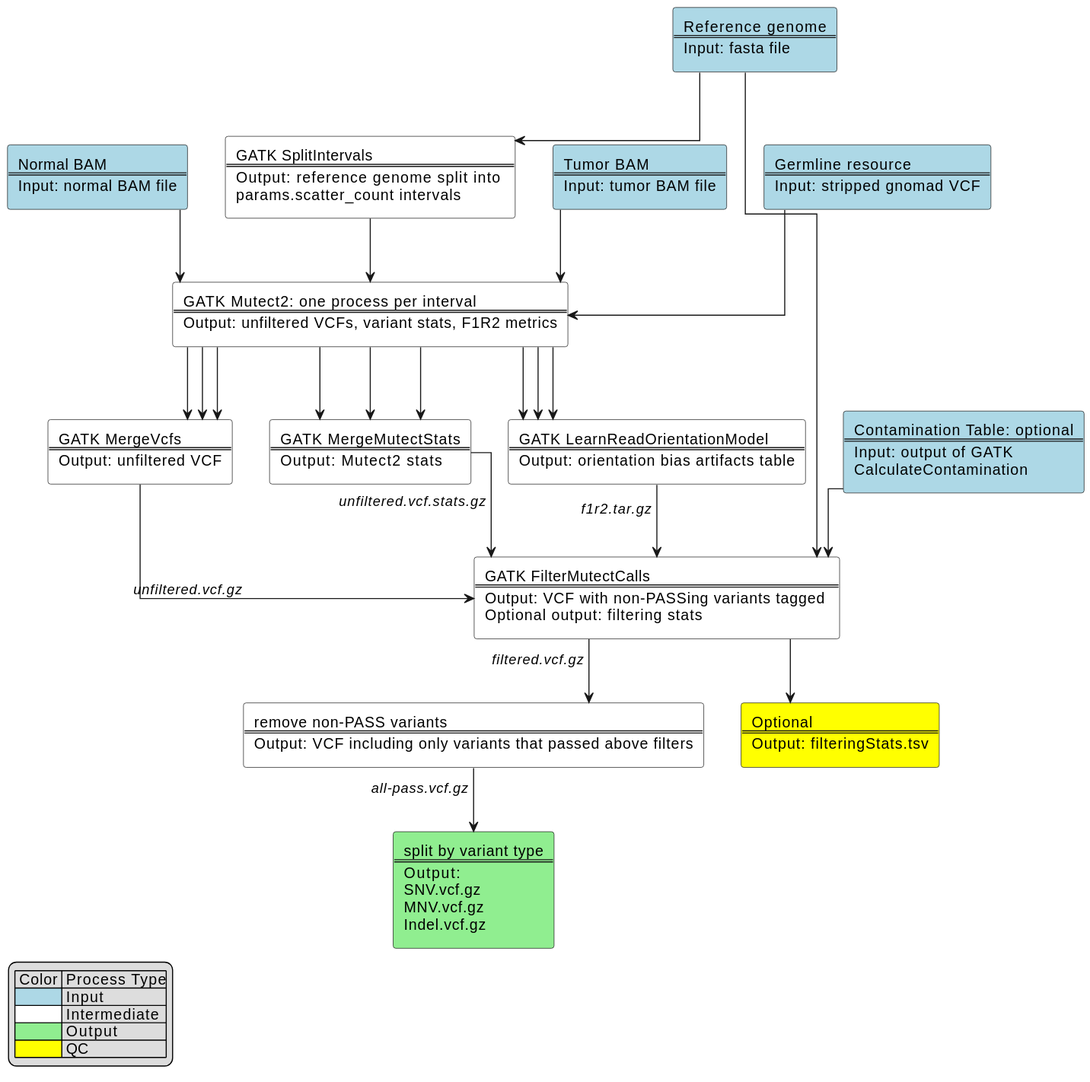
Above: docs/mutect2_chart.svg in uclahs-cds/pipeline-call-sSNV (PlantUML), before the change. Source of this version:
```plantuml
@startuml mutect2_chart

!include pipeline_elements.iuml!string_functions
!include pipeline_elements.iuml!input_rect
!include pipeline_elements.iuml!output_rect
!include pipeline_elements.iuml!intermediate_rect
!include pipeline_elements.iuml!qc_rect
!include pipeline_elements.iuml!process_legend

skinparam linetype ortho

$input_process(normal_bam, 'Normal BAM', 'Input: normal BAM file')
$input_process(tumor_bam, 'Tumor BAM', 'Input: tumor BAM file')
$input_process(contamination_table, 'Contamination Table: optional', 'Input: output of GATK %newline()CalculateContamination')
$input_process(reference_genome, 'Reference genome', 'Input: fasta file')
$input_process(germline_resource, 'Germline resource', 'Input: stripped gnomad VCF')

$intermediate_process(gatk_splitIntervals, 'GATK SplitIntervals', 'Output: reference genome split into %newline()params.scatter_count intervals')
$intermediate_process(mutect2_call_sSNV, 'GATK Mutect2: one process per interval', 'Output: unfiltered VCFs, variant stats, F1R2 metrics')
$intermediate_process(gatk_mergeVcfs, 'GATK MergeVcfs', 'Output: unfiltered VCF')
$intermediate_process(mutect2_mergeStats, 'GATK MergeMutectStats', 'Output: Mutect2 stats')
$intermediate_process(gatk_learnReadOrientation, 'GATK LearnReadOrientationModel', 'Output: orientation bias artifacts table')
$intermediate_process(mutect2_filterCalls, 'GATK FilterMutectCalls', 'Output: VCF with non-PASSing variants tagged %newline()Optional output: filtering stats')
$intermediate_process(bcftools_filterVCF, 'remove non-PASS variants', 'Output: VCF including only variants that passed above filters')
$output_process(bcftools_splitVCF, 'split by variant type', 'Output: %newline()SNV.vcf.gz %newline()MNV.vcf.gz %newline()Indel.vcf.gz')
$qc_process(gatk_filteringStats, 'Optional', 'Output: filteringStats.tsv')

reference_genome -d-> gatk_splitIntervals
normal_bam -d-> mutect2_call_sSNV
tumor_bam -d-> mutect2_call_sSNV
gatk_splitIntervals -d-> mutect2_call_sSNV
germline_resource -d-> mutect2_call_sSNV
mutect2_call_sSNV -d-> gatk_mergeVcfs
mutect2_call_sSNV -d-> gatk_learnReadOrientation
mutect2_call_sSNV -d-> mutect2_mergeStats
mutect2_call_sSNV -d-> gatk_mergeVcfs
mutect2_call_sSNV -d-> gatk_mergeVcfs
mutect2_call_sSNV -d-> gatk_learnReadOrientation
mutect2_call_sSNV -d-> mutect2_mergeStats
mutect2_call_sSNV -d-> gatk_learnReadOrientation
mutect2_call_sSNV -d-> mutect2_mergeStats

gatk_mergeVcfs -d-> mutect2_filterCalls : // unfiltered.vcf.gz //
gatk_learnReadOrientation -d-> mutect2_filterCalls : // f1r2.tar.gz //
mutect2_mergeStats -d-> mutect2_filterCalls : // unfiltered.vcf.stats.gz //
reference_genome -d-> mutect2_filterCalls
contamination_table -d-> mutect2_filterCalls
mutect2_filterCalls -d-> gatk_filteringStats
mutect2_filterCalls -d-> bcftools_filterVCF : // filtered.vcf.gz //
bcftools_filterVCF -d-> bcftools_splitVCF : // all-pass.vcf.gz //

$add_legend('left')

@enduml
```
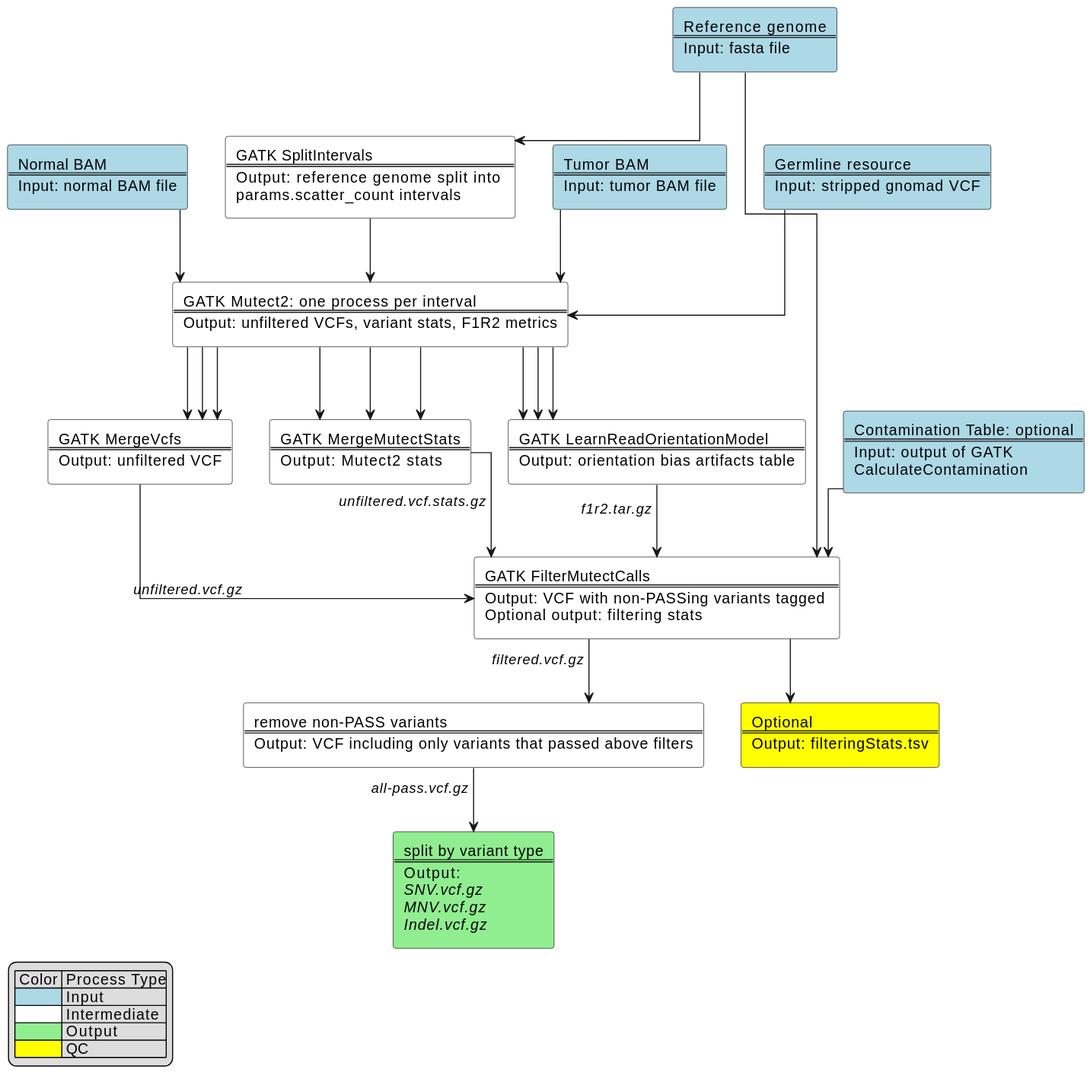
After the change.

Change to the diagram source:
```diff
@@ -22,7 +22,7 @@
 $intermediate_process(gatk_learnReadOrientation, 'GATK LearnReadOrientationModel', 'Output: orientation bias artifacts table')
 $intermediate_process(mutect2_filterCalls, 'GATK FilterMutectCalls', 'Output: VCF with non-PASSing variants tagged %newline()Optional output: filtering stats')
 $intermediate_process(bcftools_filterVCF, 'remove non-PASS variants', 'Output: VCF including only variants that passed above filters')
-$output_process(bcftools_splitVCF, 'split by variant type', 'Output: %newline()SNV.vcf.gz %newline()MNV.vcf.gz %newline()Indel.vcf.gz')
+$output_process(bcftools_splitVCF, 'split by variant type', 'Output: %newline()//SNV.vcf.gz // %newline()//MNV.vcf.gz // %newline()//Indel.vcf.gz //')
 $qc_process(gatk_filteringStats, 'Optional', 'Output: filteringStats.tsv')
 
 reference_genome -d-> gatk_splitIntervals
```
